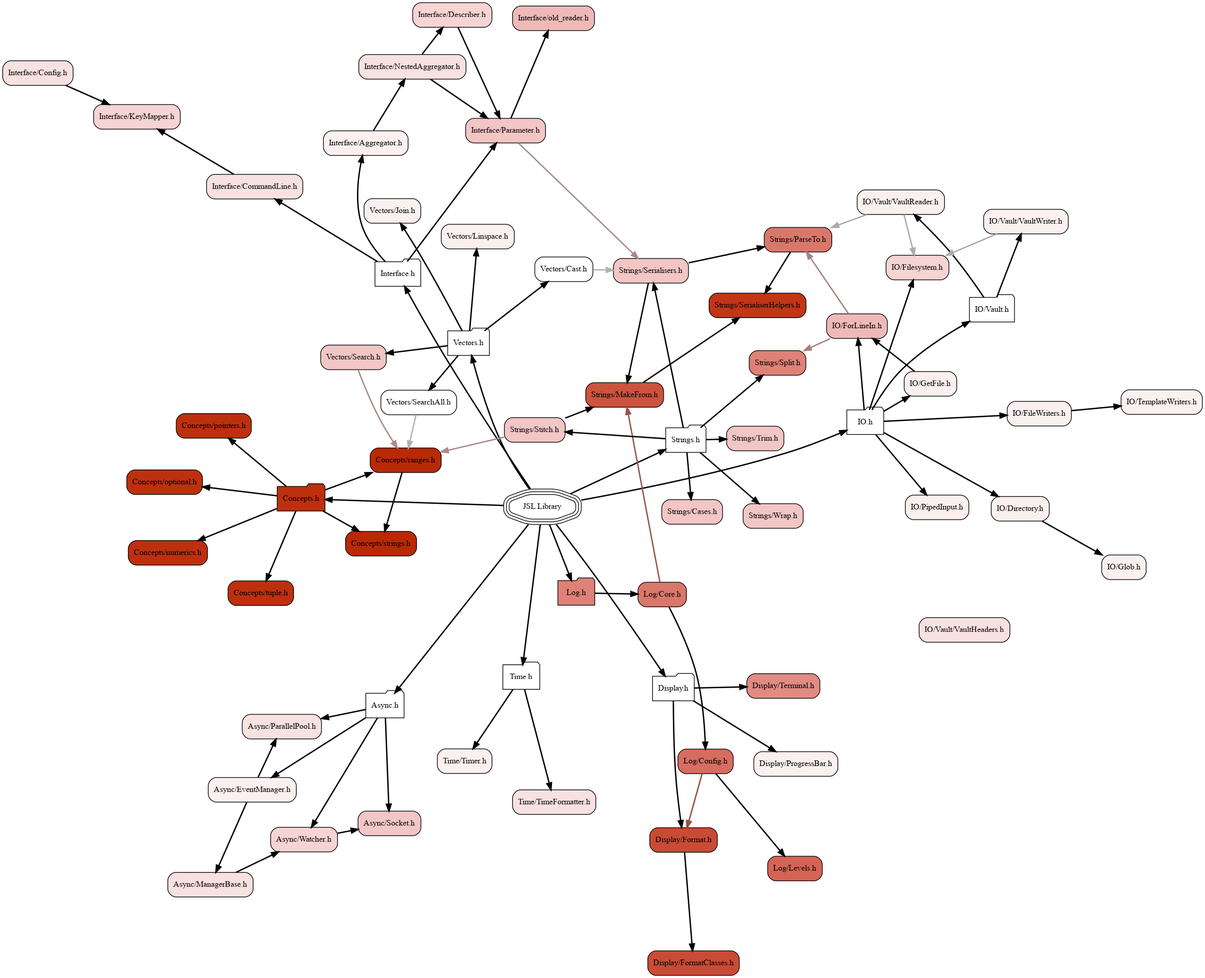
DrFraserGovil/JSL keeps this Graphviz diagram as docs/visualiser/heatmap.png. Above is the earlier version. Its source is kept beside it as docs/visualiser/heatmap.dot.
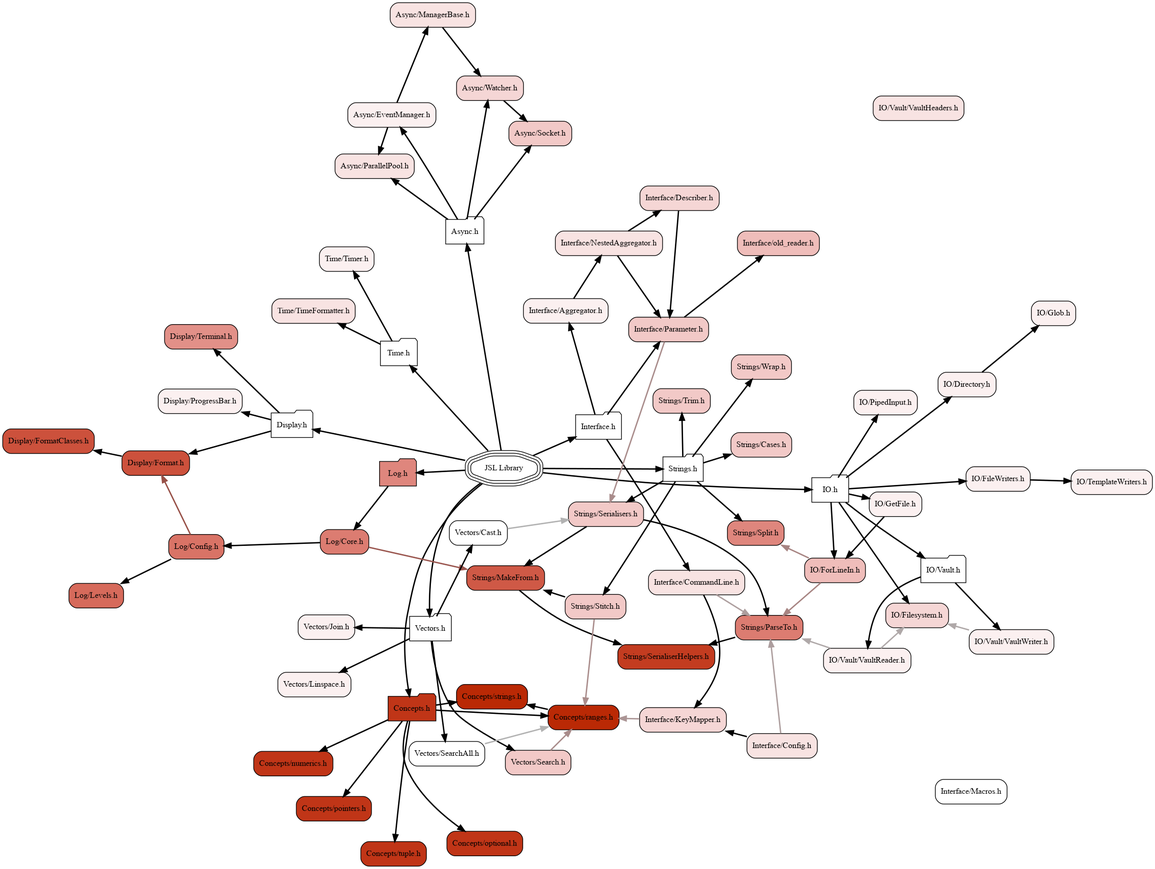
The same file after the commit.

Change to the diagram source:
```diff
@@ -13,18 +13,18 @@
 	node[fillcolor="#fbf0f0", style="rounded,filled", shape=box, color="black"] "Async/EventManager.h"           [label="Async/EventManager.h"]
-	node[fillcolor="#f8e1e1", style="rounded,filled", shape=box, color="black"] "Async/ManagerBase.h"            [label="Async/ManagerBase.h"]
-	node[fillcolor="#f8e1e1", style="rounded,filled", shape=box, color="black"] "Async/ParallelPool.h"           [label="Async/ParallelPool.h"]
-	node[fillcolor="#f1c6c5", style="rounded,filled", shape=box, color="black"] "Async/Socket.h"                 [label="Async/Socket.h"]
-	node[fillcolor="#f5d4d3", style="rounded,filled", shape=box, color="black"] "Async/Watcher.h"                [label="Async/Watcher.h"]
-	node[fillcolor="#bd300e", style="rounded,filled", shape=folder, color="black"] "Concepts.h"                     [label="Concepts.h"]
-	node[fillcolor="#bd300e", style="rounded,filled", shape=box, color="black"] "Concepts/numerics.h"            [label="Concepts/numerics.h"]
-	node[fillcolor="#bd300e", style="rounded,filled", shape=box, color="black"] "Concepts/optional.h"            [label="Concepts/optional.h"]
-	node[fillcolor="#bd300e", style="rounded,filled", shape=box, color="black"] "Concepts/pointers.h"            [label="Concepts/pointers.h"]
+	node[fillcolor="#f8e3e2", style="rounded,filled", shape=box, color="black"] "Async/ManagerBase.h"            [label="Async/ManagerBase.h"]
+	node[fillcolor="#f8e3e2", style="rounded,filled", shape=box, color="black"] "Async/ParallelPool.h"           [label="Async/ParallelPool.h"]
+	node[fillcolor="#f2c9c7", style="rounded,filled", shape=box, color="black"] "Async/Socket.h"                 [label="Async/Socket.h"]
+	node[fillcolor="#f5d6d5", style="rounded,filled", shape=box, color="black"] "Async/Watcher.h"                [label="Async/Watcher.h"]
+	node[fillcolor="#c03517", style="rounded,filled", shape=folder, color="black"] "Concepts.h"                     [label="Concepts.h"]
+	node[fillcolor="#c03517", style="rounded,filled", shape=box, color="black"] "Concepts/numerics.h"            [label="Concepts/numerics.h"]
+	node[fillcolor="#c03517", style="rounded,filled", shape=box, color="black"] "Concepts/optional.h"            [label="Concepts/optional.h"]
+	node[fillcolor="#c03517", style="rounded,filled", shape=box, color="black"] "Concepts/pointers.h"            [label="Concepts/pointers.h"]
 	node[fillcolor="#ba2905", style="rounded,filled", shape=box, color="black"] "Concepts/ranges.h"              [label="Concepts/ranges.h"]
 	node[fillcolor="#ba2905", style="rounded,filled", shape=box, color="black"] "Concepts/strings.h"             [label="Concepts/strings.h"]
-	node[fillcolor="#bd300e", style="rounded,filled", shape=box, color="black"] "Concepts/tuple.h"               [label="Concepts/tuple.h"]
+	node[fillcolor="#c03517", style="rounded,filled", shape=box, color="black"] "Concepts/tuple.h"               [label="Concepts/tuple.h"]
 	node[fillcolor="#ffffff", style="rounded,filled", shape=folder, color="black"] "Display.h"                      [label="Display.h"]
-	node[fillcolor="#ca4b35", style="rounded,filled", shape=box, color="black"] "Display/Format.h"               [label="Display/Format.h"]
-	node[fillcolor="#ca4b35", style="rounded,filled", shape=box, color="black"] "Display/FormatClasses.h"        [label="Display/FormatClasses.h"]
+	node[fillcolor="#cc513c", style="rounded,filled", shape=box, color="black"] "Display/Format.h"               [label="Display/Format.h"]
+	node[fillcolor="#cc513c", style="rounded,filled", shape=box, color="black"] "Display/FormatClasses.h"        [label="Display/FormatClasses.h"]
 	node[fillcolor="#fbf0f0", style="rounded,filled", shape=box, color="black"] "Display/ProgressBar.h"          [label="Display/ProgressBar.h"]
-	node[fillcolor="#e18b83", style="rounded,filled", shape=box, color="black"] "Display/Terminal.h"             [label="Display/Terminal.h"]
+	node[fillcolor="#e29088", style="rounded,filled", shape=box, color="black"] "Display/Terminal.h"             [label="Display/Terminal.h"]
 	node[fillcolor="#ffffff", style="rounded,filled", shape=folder, color="black"] "IO.h"                           [label="IO.h"]
@@ -32,4 +32,4 @@
 	node[fillcolor="#fbf0f0", style="rounded,filled", shape=box, color="black"] "IO/FileWriters.h"               [label="IO/FileWriters.h"]
-	node[fillcolor="#f5d4d3", style="rounded,filled", shape=box, color="black"] "IO/Filesystem.h"                [label="IO/Filesystem.h"]
-	node[fillcolor="#eebab7", style="rounded,filled", shape=box, color="black"] "IO/ForLineIn.h"                 [label="IO/ForLineIn.h"]
+	node[fillcolor="#f5d6d5", style="rounded,filled", shape=box, color="black"] "IO/Filesystem.h"                [label="IO/Filesystem.h"]
+	node[fillcolor="#efbdba", style="rounded,filled", shape=box, color="black"] "IO/ForLineIn.h"                 [label="IO/ForLineIn.h"]
 	node[fillcolor="#fbf0f0", style="rounded,filled", shape=box, color="black"] "IO/GetFile.h"                   [label="IO/GetFile.h"]
@@ -39,3 +39,3 @@
 	node[fillcolor="#ffffff", style="rounded,filled", shape=folder, color="black"] "IO/Vault.h"                     [label="IO/Vault.h"]
-	node[fillcolor="#f8e1e1", style="rounded,filled", shape=box, color="black"] "IO/Vault/VaultHeaders.h"        [label="IO/Vault/VaultHeaders.h"]
+	node[fillcolor="#f8e3e2", style="rounded,filled", shape=box, color="black"] "IO/Vault/VaultHeaders.h"        [label="IO/Vault/VaultHeaders.h"]
 	node[fillcolor="#fbf0f0", style="rounded,filled", shape=box, color="black"] "IO/Vault/VaultReader.h"         [label="IO/Vault/VaultReader.h"]
@@ -44,25 +44,26 @@
 	node[fillcolor="#fbf0f0", style="rounded,filled", shape=box, color="black"] "Interface/Aggregator.h"         [label="Interface/Aggregator.h"]
-	node[fillcolor="#f8e1e1", style="rounded,filled", shape=box, color="black"] "Interface/CommandLine.h"        [label="Interface/CommandLine.h"]
-	node[fillcolor="#f8e1e1", style="rounded,filled", shape=box, color="black"] "Interface/Config.h"             [label="Interface/Config.h"]
-	node[fillcolor="#f5d4d3", style="rounded,filled", shape=box, color="black"] "Interface/Describer.h"          [label="Interface/Describer.h"]
-	node[fillcolor="#f5d4d3", style="rounded,filled", shape=box, color="black"] "Interface/KeyMapper.h"          [label="Interface/KeyMapper.h"]
-	node[fillcolor="#f8e1e1", style="rounded,filled", shape=box, color="black"] "Interface/NestedAggregator.h"   [label="Interface/NestedAggregator.h"]
-	node[fillcolor="#f1c6c5", style="rounded,filled", shape=box, color="black"] "Interface/Parameter.h"          [label="Interface/Parameter.h"]
-	node[fillcolor="#eebab7", style="rounded,filled", shape=box, color="black"] "Interface/old_reader.h"         [label="Interface/old_reader.h"]
-	node[fillcolor="#de8177", style="rounded,filled", shape=folder, color="black"] "Log.h"                          [label="Log.h"]
-	node[fillcolor="#d76d60", style="rounded,filled", shape=box, color="black"] "Log/Config.h"                   [label="Log/Config.h"]
-	node[fillcolor="#da776b", style="rounded,filled", shape=box, color="black"] "Log/Core.h"                     [label="Log/Core.h"]
-	node[fillcolor="#d46455", style="rounded,filled", shape=box, color="black"] "Log/Levels.h"                   [label="Log/Levels.h"]
+	node[fillcolor="#f8e3e2", style="rounded,filled", shape=box, color="black"] "Interface/CommandLine.h"        [label="Interface/CommandLine.h"]
+	node[fillcolor="#f8e3e2", style="rounded,filled", shape=box, color="black"] "Interface/Config.h"             [label="Interface/Config.h"]
+	node[fillcolor="#f5d6d5", style="rounded,filled", shape=box, color="black"] "Interface/Describer.h"          [label="Interface/Describer.h"]
+	node[fillcolor="#f5d6d5", style="rounded,filled", shape=box, color="black"] "Interface/KeyMapper.h"          [label="Interface/KeyMapper.h"]
+	node[fillcolor="#ffffff", style="rounded,filled", shape=box, color="black"] "Interface/Macros.h"             [label="Interface/Macros.h"]
+	node[fillcolor="#f8e3e2", style="rounded,filled", shape=box, color="black"] "Interface/NestedAggregator.h"   [label="Interface/NestedAggregator.h"]
+	node[fillcolor="#f2c9c7", style="rounded,filled", shape=box, color="black"] "Interface/Parameter.h"          [label="Interface/Parameter.h"]
+	node[fillcolor="#efbdba", style="rounded,filled", shape=box, color="black"] "Interface/old_reader.h"         [label="Interface/old_reader.h"]
+	node[fillcolor="#df867d", style="rounded,filled", shape=folder, color="black"] "Log.h"                          [label="Log.h"]
+	node[fillcolor="#d97366", style="rounded,filled", shape=box, color="black"] "Log/Config.h"                   [label="Log/Config.h"]
+	node[fillcolor="#dc7c71", style="rounded,filled", shape=box, color="black"] "Log/Core.h"                     [label="Log/Core.h"]
+	node[fillcolor="#d66a5b", style="rounded,filled", shape=box, color="black"] "Log/Levels.h"                   [label="Log/Levels.h"]
 	node[fillcolor="#ffffff", style="rounded,filled", shape=folder, color="black"] "Strings.h"                      [label="Strings.h"]
-	node[fillcolor="#f1c6c5", style="rounded,filled", shape=box, color="black"] "Strings/Cases.h"                [label="Strings/Cases.h"]
-	node[fillcolor="#cd533f", style="rounded,filled", shape=box, color="black"] "Strings/MakeFrom.h"             [label="Strings/MakeFrom.h"]
-	node[fillcolor="#da776b", style="rounded,filled", shape=box, color="black"] "Strings/ParseTo.h"              [label="Strings/ParseTo.h"]
-	node[fillcolor="#c03617", style="rounded,filled", shape=box, color="black"] "Strings/SerialiserHelpers.h"    [label="Strings/SerialiserHelpers.h"]
-	node[fillcolor="#f1c6c5", style="rounded,filled", shape=box, color="black"] "Strings/Serialisers.h"          [label="Strings/Serialisers.h"]
-	node[fillcolor="#de8177", style="rounded,filled", shape=box, color="black"] "Strings/Split.h"                [label="Strings/Split.h"]
-	node[fillcolor="#f1c6c5", style="rounded,filled", shape=box, color="black"] "Strings/Stitch.h"               [label="Strings/Stitch.h"]
-	node[fillcolor="#f1c6c5", style="rounded,filled", shape=box, color="black"] "Strings/Trim.h"                 [label="Strings/Trim.h"]
-	node[fillcolor="#f1c6c5", style="rounded,filled", shape=box, color="black"] "Strings/Wrap.h"                 [label="Strings/Wrap.h"]
+	node[fillcolor="#f2c9c7", style="rounded,filled", shape=box, color="black"] "Strings/Cases.h"                [label="Strings/Cases.h"]
+	node[fillcolor="#cf5946", style="rounded,filled", shape=box, color="black"] "Strings/MakeFrom.h"             [label="Strings/MakeFrom.h"]
+	node[fillcolor="#dc7c71", style="rounded,filled", shape=box, color="black"] "Strings/ParseTo.h"              [label="Strings/ParseTo.h"]
+	node[fillcolor="#c33c20", style="rounded,filled", shape=box, color="black"] "Strings/SerialiserHelpers.h"    [label="Strings/SerialiserHelpers.h"]
+	node[fillcolor="#f2c9c7", style="rounded,filled", shape=box, color="black"] "Strings/Serialisers.h"          [label="Strings/Serialisers.h"]
+	node[fillcolor="#df867d", style="rounded,filled", shape=box, color="black"] "Strings/Split.h"                [label="Strings/Split.h"]
+	node[fillcolor="#f2c9c7", style="rounded,filled", shape=box, color="black"] "Strings/Stitch.h"               [label="Strings/Stitch.h"]
+	node[fillcolor="#f2c9c7", style="rounded,filled", shape=box, color="black"] "Strings/Trim.h"                 [label="Strings/Trim.h"]
+	node[fillcolor="#f2c9c7", style="rounded,filled", shape=box, color="black"] "Strings/Wrap.h"                 [label="Strings/Wrap.h"]
 	node[fillcolor="#ffffff", style="rounded,filled", shape=folder, color="black"] "Time.h"                         [label="Time.h"]
-	node[fillcolor="#f8e1e1", style="rounded,filled", shape=box, color="black"] "Time/TimeFormatter.h"           [label="Time/TimeFormatter.h"]
+	node[fillcolor="#f8e3e2", style="rounded,filled", shape=box, color="black"] "Time/TimeFormatter.h"           [label="Time/TimeFormatter.h"]
 	node[fillcolor="#fbf0f0", style="rounded,filled", shape=box, color="black"] "Time/Timer.h"                   [label="Time/Timer.h"]
@@ -72,13 +73,13 @@
 	node[fillcolor="#fbf0f0", style="rounded,filled", shape=box, color="black"] "Vectors/Linspace.h"             [label="Vectors/Linspace.h"]
-	node[fillcolor="#f1c6c5", style="rounded,filled", shape=box, color="black"] "Vectors/Search.h"               [label="Vectors/Search.h"]
+	node[fillcolor="#f2c9c7", style="rounded,filled", shape=box, color="black"] "Vectors/Search.h"               [label="Vectors/Search.h"]
 	node[fillcolor="#ffffff", style="rounded,filled", shape=box, color="black"] "Vectors/SearchAll.h"            [label="Vectors/SearchAll.h"]
+	"JSL.h"                          -> "Async.h"[weight=10000,penwidth=2]
+	"JSL.h"                          -> "IO.h"[weight=10000,penwidth=2]
+	"JSL.h"                          -> "Interface.h"[weight=10000,penwidth=2]
+	"JSL.h"                          -> "Time.h"[weight=10000,penwidth=2]
+	"JSL.h"                          -> "Display.h"[weight=10000,penwidth=2]
 	"JSL.h"                          -> "Log.h"[weight=10000,penwidth=2]
+	"JSL.h"                          -> "Concepts.h"[weight=10000,penwidth=2]
 	"JSL.h"                          -> "Strings.h"[weight=10000,penwidth=2]
-	"JSL.h"                          -> "Display.h"[weight=10000,penwidth=2]
-	"JSL.h"                          -> "IO.h"[weight=10000,penwidth=2]
 	"JSL.h"                          -> "Vectors.h"[weight=10000,penwidth=2]
-	"JSL.h"                          -> "Async.h"[weight=10000,penwidth=2]
-	"JSL.h"                          -> "Time.h"[weight=10000,penwidth=2]
-	"JSL.h"                          -> "Interface.h"[weight=10000,penwidth=2]
-	"JSL.h"                          -> "Concepts.h"[weight=10000,penwidth=2]
 	"Async.h"                        -> "Async/Socket.h"[weight=10000,penwidth=2]
@@ -91,8 +92,8 @@
 	"Async/Watcher.h"                -> "Async/Socket.h"[weight=10000,penwidth=2]
+	"Concepts.h"                     -> "Concepts/pointers.h"[weight=10000,penwidth=2]
+	"Concepts.h"                     -> "Concepts/ranges.h"[weight=10000,penwidth=2]
+	"Concepts.h"                     -> "Concepts/numerics.h"[weight=10000,penwidth=2]
+	"Concepts.h"                     -> "Concepts/optional.h"[weight=10000,penwidth=2]
 	"Concepts.h"                     -> "Concepts/tuple.h"[weight=10000,penwidth=2]
 	"Concepts.h"                     -> "Concepts/strings.h"[weight=10000,penwidth=2]
-	"Concepts.h"                     -> "Concepts/pointers.h"[weight=10000,penwidth=2]
-	"Concepts.h"                     -> "Concepts/ranges.h"[weight=10000,penwidth=2]
-	"Concepts.h"                     -> "Concepts/optional.h"[weight=10000,penwidth=2]
-	"Concepts.h"                     -> "Concepts/numerics.h"[weight=10000,penwidth=2]
 	"Concepts/ranges.h"              -> "Concepts/strings.h"[weight=10000,penwidth=2]
@@ -102,13 +103,13 @@
 	"Display/Format.h"               -> "Display/FormatClasses.h"[weight=10000,penwidth=2]
+	"IO.h"                           -> "IO/GetFile.h"[weight=10000,penwidth=2]
+	"IO.h"                           -> "IO/ForLineIn.h"[weight=10000,penwidth=2]
+	"IO.h"                           -> "IO/PipedInput.h"[weight=10000,penwidth=2]
 	"IO.h"                           -> "IO/Filesystem.h"[weight=10000,penwidth=2]
-	"IO.h"                           -> "IO/PipedInput.h"[weight=10000,penwidth=2]
-	"IO.h"                           -> "IO/FileWriters.h"[weight=10000,penwidth=2]
-	"IO.h"                           -> "IO/ForLineIn.h"[weight=10000,penwidth=2]
-	"IO.h"                           -> "IO/GetFile.h"[weight=10000,penwidth=2]
 	"IO.h"                           -> "IO/Vault.h"[weight=10000,penwidth=2]
 	"IO.h"                           -> "IO/Directory.h"[weight=10000,penwidth=2]
+	"IO.h"                           -> "IO/FileWriters.h"[weight=10000,penwidth=2]
 	"IO/Directory.h"                 -> "IO/Glob.h"[weight=10000,penwidth=2]
 	"IO/FileWriters.h"               -> "IO/TemplateWriters.h"[weight=10000,penwidth=2]
-	"IO/ForLineIn.h"                 -> "Strings/ParseTo.h"[constraint=true,weight=0,penwidth=2,color="#a68280"]
-	"IO/ForLineIn.h"                 -> "Strings/Split.h"[constraint=false,weight=0,penwidth=2,color="#a68280"]
+	"IO/ForLineIn.h"                 -> "Strings/Split.h"[constraint=false,weight=0,penwidth=2,color="#a78482"]
+	"IO/ForLineIn.h"                 -> "Strings/ParseTo.h"[constraint=true,weight=0,penwidth=2,color="#a78482"]
 	"IO/GetFile.h"                   -> "IO/ForLineIn.h"[weight=10000,penwidth=2]
@@ -124,4 +125,7 @@
 	"Interface/CommandLine.h"        -> "Interface/KeyMapper.h"[weight=10000,penwidth=2]
+	"Interface/CommandLine.h"        -> "Strings/ParseTo.h"[constraint=false,weight=0,penwidth=2,color="#ad9e9e"]
 	"Interface/Config.h"             -> "Interface/KeyMapper.h"[weight=10000,penwidth=2]
+	"Interface/Config.h"             -> "Strings/ParseTo.h"[constraint=false,weight=0,penwidth=2,color="#ad9e9e"]
 	"Interface/Describer.h"          -> "Interface/Parameter.h"[weight=10000,penwidth=2]
+	"Interface/KeyMapper.h"          -> "Concepts/ranges.h"[constraint=false,weight=0,penwidth=2,color="#ab9595"]
 	"Interface/NestedAggregator.h"   -> "Interface/Describer.h"[weight=10000,penwidth=2]
@@ -129,8 +133,8 @@
 	"Interface/Parameter.h"          -> "Interface/old_reader.h"[weight=10000,penwidth=2]
-	"Interface/Parameter.h"          -> "Strings/Serialisers.h"[constraint=false,weight=0,penwidth=2,color="#a88a89"]
+	"Interface/Parameter.h"          -> "Strings/Serialisers.h"[constraint=false,weight=0,penwidth=2,color="#a98c8b"]
 	"Log.h"                          -> "Log/Core.h"[weight=10000,penwidth=2]
+	"Log/Config.h"                   -> "Display/Format.h"[constraint=true,weight=0,penwidth=2,color="#975047"]
 	"Log/Config.h"                   -> "Log/Levels.h"[weight=10000,penwidth=2]
-	"Log/Config.h"                   -> "Display/Format.h"[constraint=true,weight=0,penwidth=2,color="#964c43"]
-	"Log/Core.h"                     -> "Strings/MakeFrom.h"[constraint=true,weight=0,penwidth=2,color="#98534a"]
 	"Log/Core.h"                     -> "Log/Config.h"[weight=10000,penwidth=2]
+	"Log/Core.h"                     -> "Strings/MakeFrom.h"[constraint=true,weight=0,penwidth=2,color="#9a564f"]
 	"Strings.h"                      -> "Strings/Serialisers.h"[weight=10000,penwidth=2]
@@ -143,6 +147,6 @@
 	"Strings/ParseTo.h"              -> "Strings/SerialiserHelpers.h"[weight=10000,penwidth=2]
+	"Strings/Serialisers.h"          -> "Strings/ParseTo.h"[weight=10000,penwidth=2]
 	"Strings/Serialisers.h"          -> "Strings/MakeFrom.h"[weight=10000,penwidth=2]
-	"Strings/Serialisers.h"          -> "Strings/ParseTo.h"[weight=10000,penwidth=2]
+	"Strings/Stitch.h"               -> "Concepts/ranges.h"[constraint=false,weight=0,penwidth=2,color="#a98c8b"]
 	"Strings/Stitch.h"               -> "Strings/MakeFrom.h"[weight=10000,penwidth=2]
-	"Strings/Stitch.h"               -> "Concepts/ranges.h"[constraint=false,weight=0,penwidth=2,color="#a88a89"]
 	"Time.h"                         -> "Time/Timer.h"[weight=10000,penwidth=2]
@@ -155,3 +159,3 @@
 	"Vectors/Cast.h"                 -> "Strings/Serialisers.h"[constraint=true,weight=0,penwidth=2,color="#b2b2b2"]
-	"Vectors/Search.h"               -> "Concepts/ranges.h"[constraint=true,weight=0,penwidth=2,color="#a88a89"]
+	"Vectors/Search.h"               -> "Concepts/ranges.h"[constraint=true,weight=0,penwidth=2,color="#a98c8b"]
 	"Vectors/SearchAll.h"            -> "Concepts/ranges.h"[constraint=false,weight=0,penwidth=2,color="#b2b2b2"]
```
